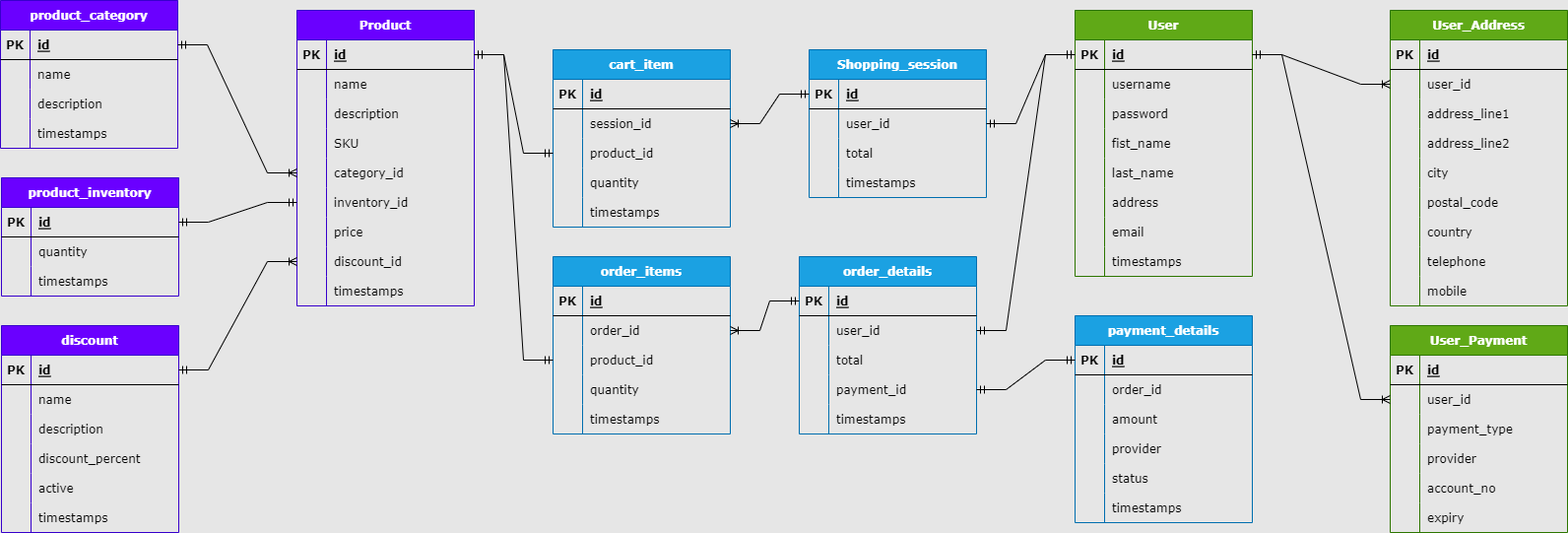
Before: ecommercedb.png, a diagram exported from draw.io (Gross-Franco/E-Commerce). Source tidied: cells renumbered, new cells last; positions are measured from the earlier drawing's top-left corner, leaving out a move shared by most shapes.
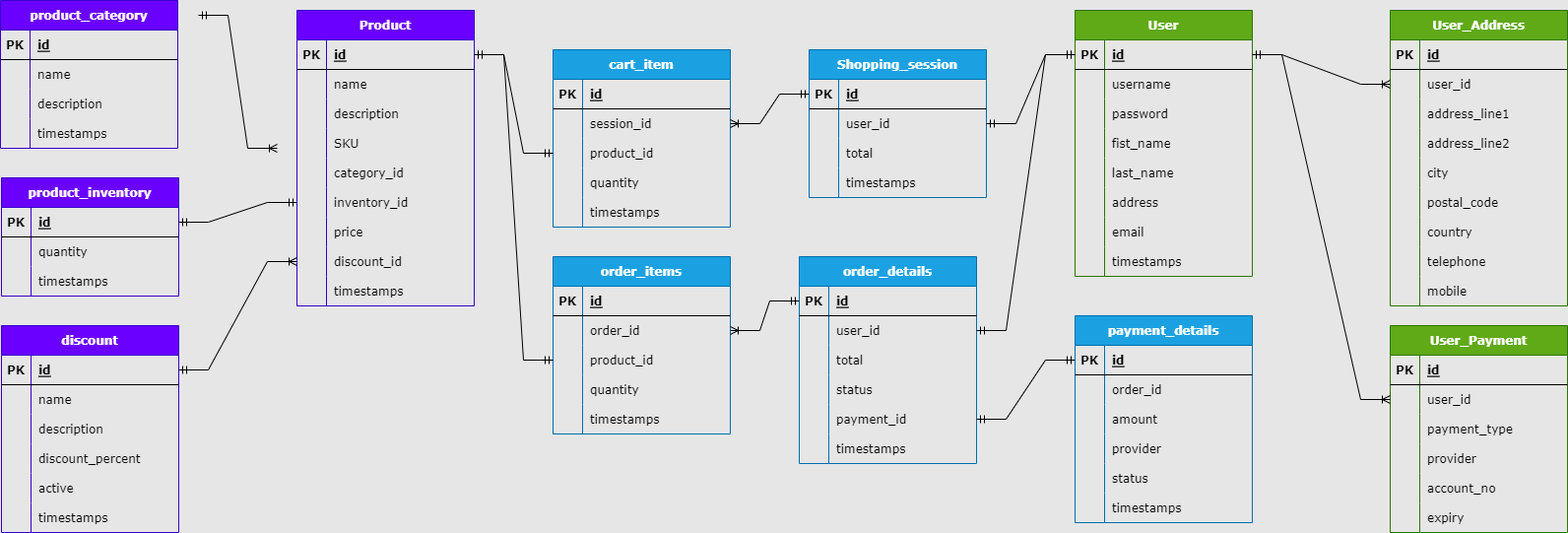
The same file after the commit.

Change to the diagram source:
```diff
@@ -428,8 +428,11 @@
     <mxCell id="143" value="timestamps" style="shape=partialRectangle;fillColor=none;top=0;left=0;bottom=0;right=0;align=left;spacingLeft=6;overflow=hidden;fontFamily=Verdana;" parent="141" vertex="1">
       <mxGeometry x="30" width="150" height="30" as="geometry" />
     </mxCell>
-    <mxCell id="144" style="edgeStyle=entityRelationEdgeStyle;fontSize=12;html=1;endArrow=ERoneToMany;startArrow=ERmandOne;rounded=0;fontFamily=Verdana;" parent="1" edge="1" source="132" target="87">
-      <mxGeometry relative="1" as="geometry" />
+    <mxCell id="144" style="edgeStyle=entityRelationEdgeStyle;fontSize=12;html=1;endArrow=ERoneToMany;startArrow=ERmandOne;rounded=0;fontFamily=Verdana;" parent="1" edge="1">
+      <mxGeometry relative="1" as="geometry">
+        <mxPoint x="201" y="15" as="sourcePoint" />
+        <mxPoint x="281" y="150" as="targetPoint" />
+      </mxGeometry>
     </mxCell>
     <mxCell id="145" style="edgeStyle=entityRelationEdgeStyle;fontSize=12;html=1;endArrow=ERmandOne;startArrow=ERmandOne;rounded=0;fontFamily=Verdana;" parent="1" edge="1" source="103" target="90">
       <mxGeometry relative="1" as="geometry" />
@@ -585,7 +588,7 @@
       <mxGeometry relative="1" as="geometry" />
     </mxCell>
     <mxCell id="196" value="order_details" style="shape=table;startSize=30;rowLines=0;fontStyle=1;align=center;fontFamily=Verdana;fillColor=#1ba1e2;fontColor=#ffffff;strokeColor=#006EAF;" parent="1" vertex="1">
-      <mxGeometry x="811" y="260" width="180" height="180" as="geometry" />
+      <mxGeometry x="811" y="260" width="180" height="210" as="geometry" />
     </mxCell>
     <mxCell id="197" style="shape=tableRow;horizontal=0;startSize=0;swimlaneHead=0;swimlaneBody=0;fillColor=none;points=[[0,0.5],[1,0.5]];portConstraint=eastwest;top=0;left=0;right=0;bottom=1;fontFamily=Verdana;" parent="196" vertex="1">
       <mxGeometry y="30" width="180" height="30" as="geometry" />
@@ -614,8 +617,17 @@
     <mxCell id="205" value="total" style="shape=partialRectangle;fillColor=none;top=0;left=0;bottom=0;right=0;align=left;spacingLeft=6;overflow=hidden;fontFamily=Verdana;" parent="203" vertex="1">
       <mxGeometry x="30" width="150" height="30" as="geometry" />
     </mxCell>
+    <mxCell id="236" style="shape=tableRow;horizontal=0;startSize=0;swimlaneHead=0;swimlaneBody=0;fillColor=none;top=0;left=0;right=0;bottom=0;fontFamily=Verdana;" parent="196" vertex="1">
+      <mxGeometry y="120" width="180" height="30" as="geometry" />
+    </mxCell>
+    <mxCell id="237" style="shape=partialRectangle;fillColor=none;top=0;left=0;bottom=0;right=0;overflow=hidden;fontFamily=Verdana;" parent="236" vertex="1">
+      <mxGeometry width="30" height="30" as="geometry" />
+    </mxCell>
+    <mxCell id="238" value="status" style="shape=partialRectangle;fillColor=none;top=0;left=0;bottom=0;right=0;align=left;spacingLeft=6;overflow=hidden;fontFamily=Verdana;" parent="236" vertex="1">
+      <mxGeometry x="30" width="150" height="30" as="geometry" />
+    </mxCell>
     <mxCell id="206" style="shape=tableRow;horizontal=0;startSize=0;swimlaneHead=0;swimlaneBody=0;fillColor=none;points=[[0,0.5],[1,0.5]];portConstraint=eastwest;top=0;left=0;right=0;bottom=0;fontFamily=Verdana;" parent="196" vertex="1">
-      <mxGeometry y="120" width="180" height="30" as="geometry" />
+      <mxGeometry y="150" width="180" height="30" as="geometry" />
     </mxCell>
     <mxCell id="207" style="shape=partialRectangle;fillColor=none;top=0;left=0;bottom=0;right=0;overflow=hidden;fontFamily=Verdana;" parent="206" vertex="1">
       <mxGeometry width="30" height="30" as="geometry" />
@@ -624,7 +636,7 @@
       <mxGeometry x="30" width="150" height="30" as="geometry" />
     </mxCell>
     <mxCell id="209" style="shape=tableRow;horizontal=0;startSize=0;swimlaneHead=0;swimlaneBody=0;fillColor=none;top=0;left=0;right=0;bottom=0;fontFamily=Verdana;" parent="196" vertex="1">
-      <mxGeometry y="150" width="180" height="30" as="geometry" />
+      <mxGeometry y="180" width="180" height="30" as="geometry" />
     </mxCell>
     <mxCell id="210" style="shape=partialRectangle;fillColor=none;top=0;left=0;bottom=0;right=0;overflow=hidden;fontFamily=Verdana;" parent="209" vertex="1">
       <mxGeometry width="30" height="30" as="geometry" />
```
